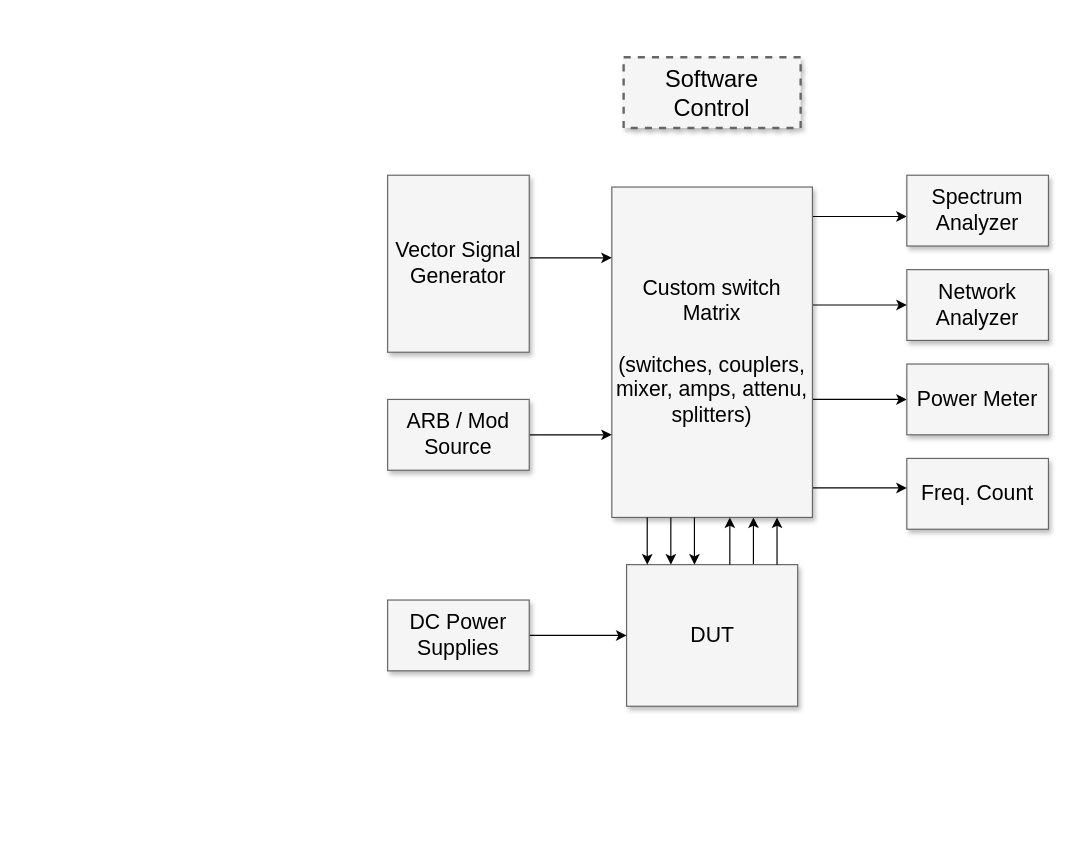
The draw.io diagram Untitled Diagram.drawio in Tay0z/Tay0z.github.io, before the edit. Source tidied: cells renumbered, new cells numbered last; positions are measured from the earlier drawing's top-left corner, leaving out a move shared by most shapes. Both pictures are drawn from the tidied source at 118%, with x=0, y=0 at pixel (387, 57).
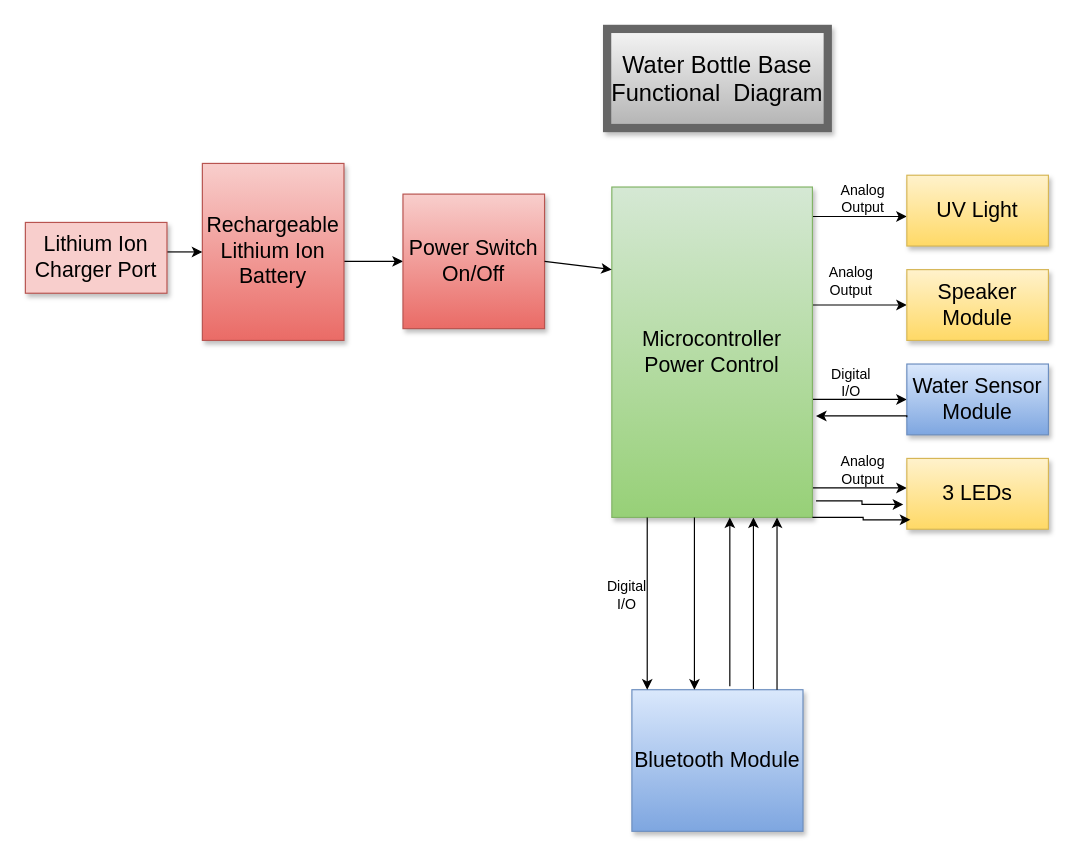
The same diagram, later.

The edit, as a diff of the source:
```diff
@@
-    <mxCell id="2" value="Software Control" style="whiteSpace=wrap;html=1;shadow=1;fontSize=20;fillColor=#f5f5f5;strokeColor=#666666;strokeWidth=2;dashed=1;" parent="1" vertex="1">
-      <mxGeometry x="200" width="150" height="60" as="geometry" />
+    <mxCell id="2" value="Water Bottle Base Functional&amp;nbsp; Diagram" style="whiteSpace=wrap;html=1;shadow=1;fontSize=20;fillColor=#f5f5f5;strokeColor=#666666;strokeWidth=7;gradientColor=#b3b3b3;" parent="1" vertex="1">
+      <mxGeometry x="186" y="-24" width="187" height="84" as="geometry" />
     </mxCell>
@@
-    <mxCell id="8" value="Custom switch Matrix&lt;div&gt;&lt;br&gt;&lt;/div&gt;&lt;div&gt;(switches, couplers, mixer, amps, attenu, splitters)&lt;/div&gt;" style="whiteSpace=wrap;html=1;shadow=1;fontSize=18;fillColor=#f5f5f5;strokeColor=#666666;" parent="1" vertex="1">
+    <mxCell id="8" value="Microcontroller Power Control" style="whiteSpace=wrap;html=1;shadow=1;fontSize=18;fillColor=#d5e8d4;strokeColor=#82b366;gradientColor=#97d077;" parent="1" vertex="1">
       <mxGeometry x="190" y="110" width="170" height="280" as="geometry" />
     </mxCell>
-    <mxCell id="9" value="Spectrum Analyzer" style="whiteSpace=wrap;html=1;shadow=1;fontSize=18;fillColor=#f5f5f5;strokeColor=#666666;" parent="1" vertex="1">
+    <mxCell id="9" value="UV Light" style="whiteSpace=wrap;html=1;shadow=1;fontSize=18;fillColor=#fff2cc;strokeColor=#d6b656;gradientColor=#ffd966;" parent="1" vertex="1">
       <mxGeometry x="440" y="100" width="120" height="60" as="geometry" />
     </mxCell>
-    <mxCell id="10" value="Network Analyzer" style="whiteSpace=wrap;html=1;shadow=1;fontSize=18;fillColor=#f5f5f5;strokeColor=#666666;" parent="1" vertex="1">
+    <mxCell id="10" value="Speaker Module" style="whiteSpace=wrap;html=1;shadow=1;fontSize=18;fillColor=#fff2cc;strokeColor=#d6b656;gradientColor=#ffd966;" parent="1" vertex="1">
       <mxGeometry x="440" y="180" width="120" height="60" as="geometry" />
     </mxCell>
-    <mxCell id="11" value="Power Meter" style="whiteSpace=wrap;html=1;shadow=1;fontSize=18;fillColor=#f5f5f5;strokeColor=#666666;" parent="1" vertex="1">
+    <mxCell id="11" value="Water Sensor Module" style="whiteSpace=wrap;html=1;shadow=1;fontSize=18;fillColor=#dae8fc;strokeColor=#6c8ebf;gradientColor=#7ea6e0;" parent="1" vertex="1">
       <mxGeometry x="440" y="260" width="120" height="60" as="geometry" />
     </mxCell>
-    <mxCell id="12" value="Freq. Count" style="whiteSpace=wrap;html=1;shadow=1;fontSize=18;fillColor=#f5f5f5;strokeColor=#666666;" parent="1" vertex="1">
+    <mxCell id="12" value="3 LEDs" style="whiteSpace=wrap;html=1;shadow=1;fontSize=18;fillColor=#fff2cc;strokeColor=#d6b656;gradientColor=#ffd966;" parent="1" vertex="1">
       <mxGeometry x="440" y="340" width="120" height="60" as="geometry" />
     </mxCell>
-    <mxCell id="13" style="edgeStyle=elbowEdgeStyle;rounded=0;html=1;startArrow=none;startFill=0;jettySize=auto;fontSize=18;elbow=vertical;" parent="1" edge="1" source="14" target="8">
-      <mxGeometry relative="1" as="geometry">
-        <Array as="points">
-          <mxPoint x="160" y="170" />
-        </Array>
-      </mxGeometry>
+    <mxCell id="13" style="edgeStyle=elbowEdgeStyle;rounded=0;html=1;startArrow=none;startFill=0;jettySize=auto;fontSize=18;elbow=vertical;entryX=0;entryY=0.5;entryDx=0;entryDy=0;" parent="1" edge="1" source="14" target="33">
+      <mxGeometry relative="1" as="geometry" />
     </mxCell>
-    <mxCell id="14" value="Vector Signal Generator" style="whiteSpace=wrap;html=1;shadow=1;fontSize=18;fillColor=#f5f5f5;strokeColor=#666666;" parent="1" vertex="1">
-      <mxGeometry y="100" width="120" height="150" as="geometry" />
+    <mxCell id="14" value="Rechargeable Lithium Ion Battery" style="whiteSpace=wrap;html=1;shadow=1;fontSize=18;fillColor=#f8cecc;strokeColor=#b85450;rounded=0;sketch=0;glass=0;gradientColor=#ea6b66;" parent="1" vertex="1">
+      <mxGeometry x="-157" y="90" width="120" height="150" as="geometry" />
     </mxCell>
-    <mxCell id="15" style="edgeStyle=elbowEdgeStyle;rounded=0;html=1;startArrow=none;startFill=0;jettySize=auto;fontSize=18;elbow=vertical;" parent="1" edge="1" source="16" target="8">
+    <mxCell id="15" style="edgeStyle=elbowEdgeStyle;rounded=0;html=1;startArrow=none;startFill=0;jettySize=auto;fontSize=18;elbow=vertical;entryX=0;entryY=0.5;entryDx=0;entryDy=0;" parent="1" edge="1" source="16" target="14">
       <mxGeometry relative="1" as="geometry" />
     </mxCell>
-    <mxCell id="16" value="ARB / Mod Source" style="whiteSpace=wrap;html=1;shadow=1;fontSize=18;fillColor=#f5f5f5;strokeColor=#666666;" parent="1" vertex="1">
-      <mxGeometry y="290" width="120" height="60" as="geometry" />
+    <mxCell id="16" value="Lithium Ion Charger Port" style="whiteSpace=wrap;html=1;shadow=1;fontSize=18;fillColor=#f8cecc;strokeColor=#b85450;" parent="1" vertex="1">
+      <mxGeometry x="-307" y="140" width="120" height="60" as="geometry" />
     </mxCell>
-    <mxCell id="17" value="DUT" style="whiteSpace=wrap;html=1;shadow=1;fontSize=18;fillColor=#f5f5f5;strokeColor=#666666;" parent="1" vertex="1">
-      <mxGeometry x="202.5" y="430" width="145" height="120" as="geometry" />
+    <mxCell id="17" value="Bluetooth Module" style="whiteSpace=wrap;html=1;shadow=1;fontSize=18;fillColor=#dae8fc;strokeColor=#6c8ebf;gradientColor=#7ea6e0;" parent="1" vertex="1">
+      <mxGeometry x="207" y="536" width="145" height="120" as="geometry" />
     </mxCell>
-    <mxCell id="18" style="edgeStyle=elbowEdgeStyle;rounded=0;html=1;startArrow=none;startFill=0;jettySize=auto;fontSize=18;elbow=vertical;" parent="1" edge="1" source="19" target="17">
-      <mxGeometry relative="1" as="geometry" />
-    </mxCell>
-    <mxCell id="19" value="DC Power Supplies" style="whiteSpace=wrap;html=1;shadow=1;fontSize=18;fillColor=#f5f5f5;strokeColor=#666666;" parent="1" vertex="1">
-      <mxGeometry y="460" width="120" height="60" as="geometry" />
-    </mxCell>
@@
     <mxCell id="21" style="edgeStyle=elbowEdgeStyle;rounded=0;html=1;startArrow=none;startFill=0;jettySize=auto;orthogonalLoop=1;fontSize=18;" parent="1" edge="1">
       <mxGeometry relative="1" as="geometry">
-        <mxPoint x="290" y="430" as="sourcePoint" />
+        <mxPoint x="290" y="533" as="sourcePoint" />
         <mxPoint x="290" y="390" as="targetPoint" />
         <Array as="points">
           <mxPoint x="290" y="410" />
           <mxPoint x="290" y="410" />
         </Array>
       </mxGeometry>
     </mxCell>
-    <mxCell id="22" style="edgeStyle=elbowEdgeStyle;rounded=0;html=1;startArrow=none;startFill=0;jettySize=auto;orthogonalLoop=1;fontSize=18;" parent="1" edge="1">
+    <mxCell id="22" style="edgeStyle=elbowEdgeStyle;rounded=0;html=1;startArrow=none;startFill=0;jettySize=auto;fontSize=18;entryX=0.366;entryY=0;entryDx=0;entryDy=0;entryPerimeter=0;" parent="1" edge="1" target="17">
       <mxGeometry relative="1" as="geometry">
         <mxPoint x="260" y="390" as="sourcePoint" />
-        <mxPoint x="260" y="430" as="targetPoint" />
         <Array as="points">
           <mxPoint x="260" y="410" />
           <mxPoint x="290" y="420" />
         </Array>
       </mxGeometry>
     </mxCell>
-    <mxCell id="23" style="edgeStyle=elbowEdgeStyle;rounded=0;html=1;startArrow=none;startFill=0;jettySize=auto;orthogonalLoop=1;fontSize=18;" parent="1" edge="1">
-      <mxGeometry relative="1" as="geometry">
-        <mxPoint x="240" y="390" as="sourcePoint" />
-        <mxPoint x="240" y="430" as="targetPoint" />
-        <Array as="points">
-          <mxPoint x="240" y="410" />
-          <mxPoint x="270" y="420" />
-        </Array>
-      </mxGeometry>
-    </mxCell>
     <mxCell id="24" style="edgeStyle=elbowEdgeStyle;rounded=0;html=1;startArrow=none;startFill=0;jettySize=auto;orthogonalLoop=1;fontSize=18;" parent="1" edge="1">
       <mxGeometry relative="1" as="geometry">
         <mxPoint x="220" y="390" as="sourcePoint" />
-        <mxPoint x="220" y="430" as="targetPoint" />
-        <Array as="points">
-          <mxPoint x="220" y="410" />
-          <mxPoint x="250" y="420" />
-        </Array>
+        <mxPoint x="220" y="536" as="targetPoint" />
       </mxGeometry>
     </mxCell>
+    <mxCell id="25" style="edgeStyle=elbowEdgeStyle;rounded=0;html=1;startArrow=none;startFill=0;jettySize=auto;fontSize=18;elbow=vertical;exitX=0;exitY=0.75;exitDx=0;exitDy=0;" parent="1" edge="1" source="11">
+      <mxGeometry relative="1" as="geometry">
+        <mxPoint x="363" y="304" as="targetPoint" />
+        <Array as="points">
+          <mxPoint x="363" y="304" />
+        </Array>
+      </mxGeometry>
+    </mxCell>
+    <mxCell id="26" value="Digital I/O" style="text;html=1;strokeColor=none;fillColor=none;align=center;verticalAlign=middle;whiteSpace=wrap;rounded=0;glass=0;sketch=0;" parent="1" vertex="1">
+      <mxGeometry x="373" y="266" width="40" height="20" as="geometry" />
+    </mxCell>
+    <mxCell id="27" value="Digital I/O" style="text;html=1;strokeColor=none;fillColor=none;align=center;verticalAlign=middle;whiteSpace=wrap;rounded=0;glass=0;sketch=0;" parent="1" vertex="1">
+      <mxGeometry x="183" y="446" width="40" height="20" as="geometry" />
+    </mxCell>
+    <mxCell id="28" value="Analog Output" style="text;html=1;strokeColor=none;fillColor=none;align=center;verticalAlign=middle;whiteSpace=wrap;rounded=0;glass=0;sketch=0;" parent="1" vertex="1">
+      <mxGeometry x="383" y="340" width="40" height="20" as="geometry" />
+    </mxCell>
+    <mxCell id="29" value="Analog Output" style="text;html=1;strokeColor=none;fillColor=none;align=center;verticalAlign=middle;whiteSpace=wrap;rounded=0;glass=0;sketch=0;" parent="1" vertex="1">
+      <mxGeometry x="373" y="180" width="40" height="20" as="geometry" />
+    </mxCell>
+    <mxCell id="30" value="Analog Output" style="text;html=1;strokeColor=none;fillColor=none;align=center;verticalAlign=middle;whiteSpace=wrap;rounded=0;glass=0;sketch=0;" parent="1" vertex="1">
+      <mxGeometry x="383" y="110" width="40" height="20" as="geometry" />
+    </mxCell>
+    <mxCell id="31" style="edgeStyle=elbowEdgeStyle;rounded=0;html=1;startArrow=none;startFill=0;jettySize=auto;fontSize=18;exitX=1;exitY=1;exitDx=0;exitDy=0;" parent="1" edge="1" source="8">
+      <mxGeometry relative="1" as="geometry">
+        <mxPoint x="443" y="392" as="targetPoint" />
+        <Array as="points">
+          <mxPoint x="403" y="390" />
+        </Array>
+      </mxGeometry>
+    </mxCell>
+    <mxCell id="32" style="edgeStyle=elbowEdgeStyle;rounded=0;html=1;startArrow=none;startFill=0;jettySize=auto;fontSize=18;exitX=1.018;exitY=0.95;exitDx=0;exitDy=0;exitPerimeter=0;" parent="1" edge="1" source="8">
+      <mxGeometry relative="1" as="geometry">
+        <mxPoint x="437" y="379" as="targetPoint" />
+        <Array as="points">
+          <mxPoint x="402" y="370" />
+        </Array>
+      </mxGeometry>
+    </mxCell>
+    <mxCell id="33" value="Power Switch On/Off" style="whiteSpace=wrap;html=1;shadow=1;fontSize=18;fillColor=#f8cecc;strokeColor=#b85450;rounded=0;sketch=0;glass=0;gradientColor=#ea6b66;" parent="1" vertex="1">
+      <mxGeometry x="13" y="116" width="120" height="114" as="geometry" />
+    </mxCell>
+    <mxCell id="34" style="endArrow=classic;html=1;entryX=0;entryY=0.25;entryDx=0;entryDy=0;exitX=1;exitY=0.5;exitDx=0;exitDy=0;" parent="1" edge="1" source="33" target="8">
+      <mxGeometry relative="1" as="geometry" />
+    </mxCell>
```
